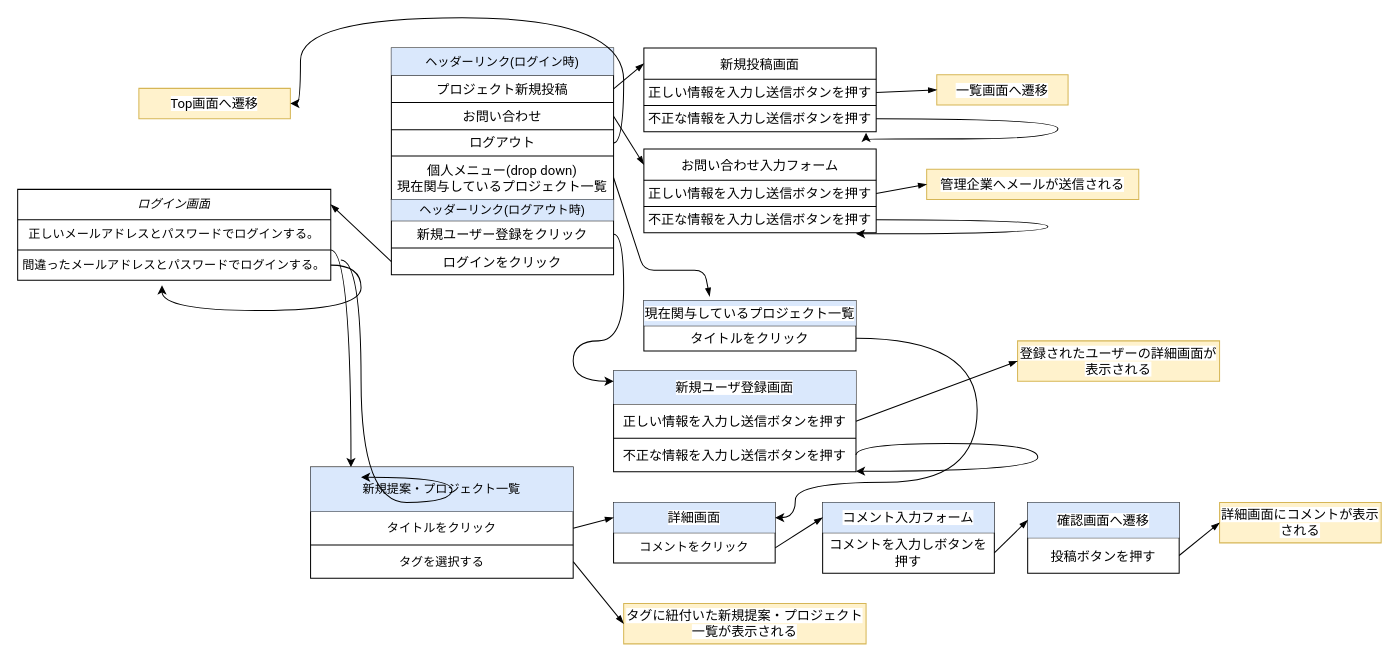
Sec-il-n/dic_guraduate_parts keeps this draw.io diagram as page "画面遷移図" (1 of 2) of 名称未設定ファイル.drawio. Above is the earlier version. Source tidied: cells renumbered, new cells numbered last; positions are measured from the earlier drawing's top-left corner, leaving out a move shared by most shapes. Both pictures are drawn from the tidied source at 101%, with x=0, y=0 at pixel (17, 17).
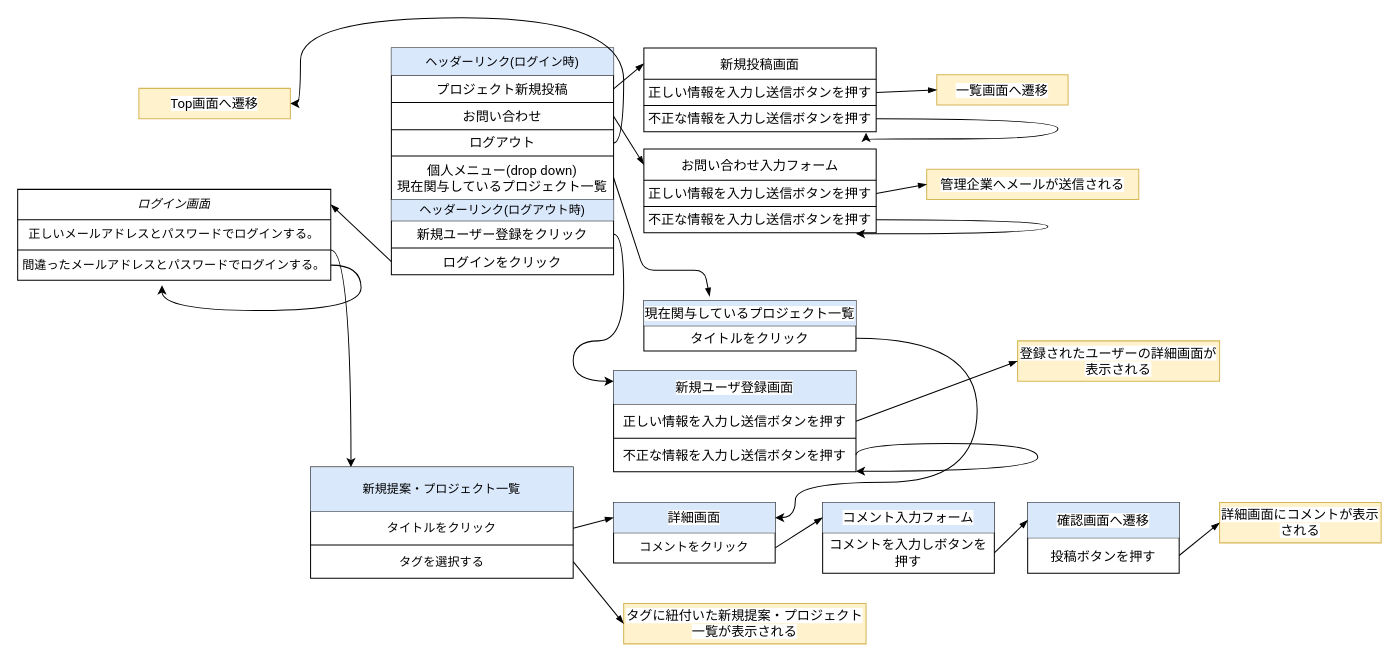
Above is the later version.

Commit message:
名称未設定ファイル.drawio を更新します

What changed in the source:
```diff
@@
-    <mxCell id="112" style="edgeStyle=orthogonalEdgeStyle;orthogonalLoop=1;jettySize=auto;html=1;curved=1;" parent="1" edge="1">
-      <mxGeometry relative="1" as="geometry">
-        <mxPoint x="320" y="240" as="sourcePoint" />
-        <mxPoint x="340" y="455" as="targetPoint" />
-        <Array as="points">
-          <mxPoint x="340" y="240" />
-          <mxPoint x="340" y="480" />
-          <mxPoint x="430" y="480" />
-        </Array>
-      </mxGeometry>
-    </mxCell>
```
